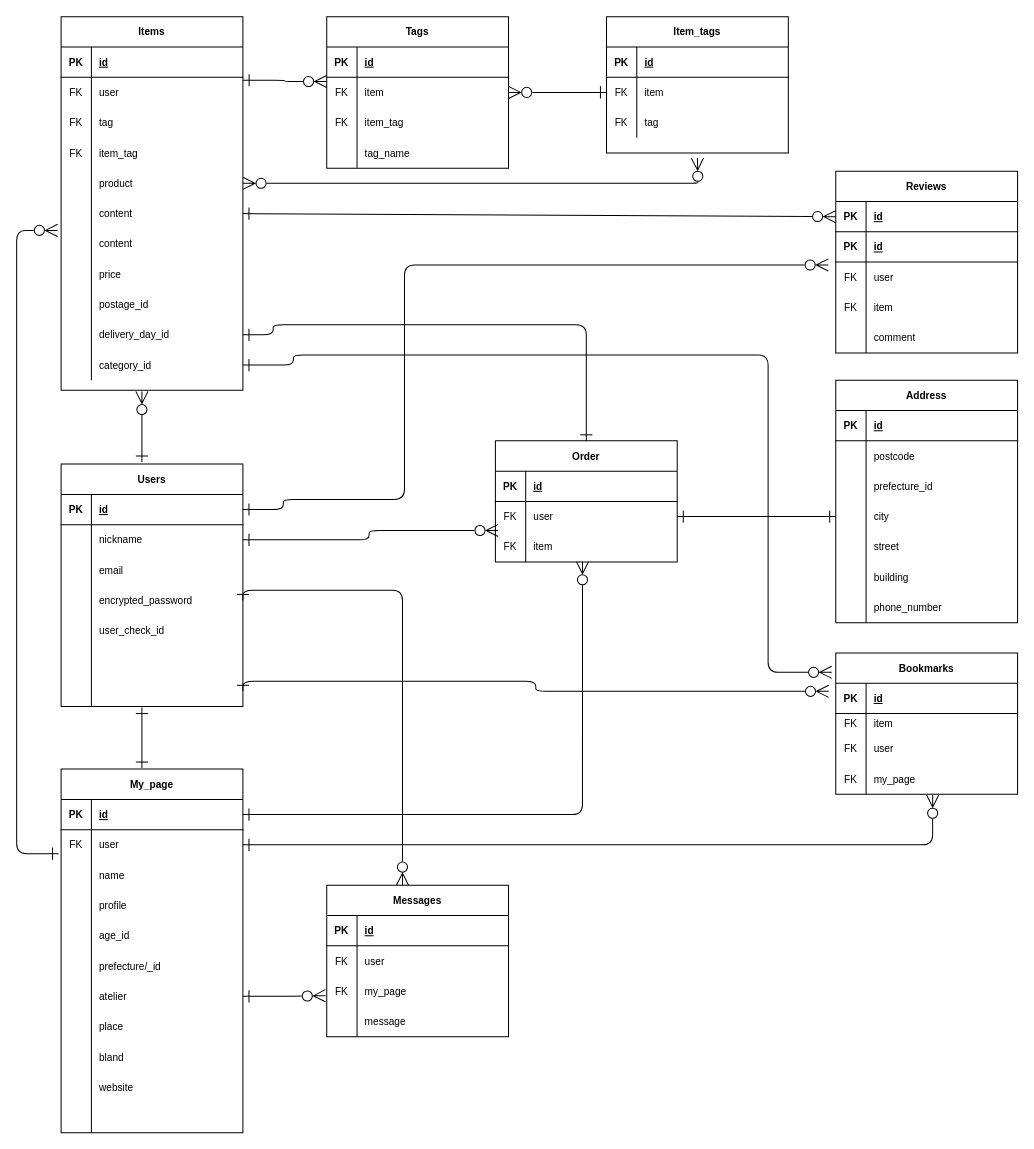
This is er.dio from snocoh/original_app, a draw.io file, before an edit. Source tidied: cells renumbered, new cells numbered last; positions are measured from the earlier drawing's top-left corner, leaving out a move shared by most shapes. Both pictures are drawn from the tidied source at 101%, with x=0, y=0 at pixel (16, 16).
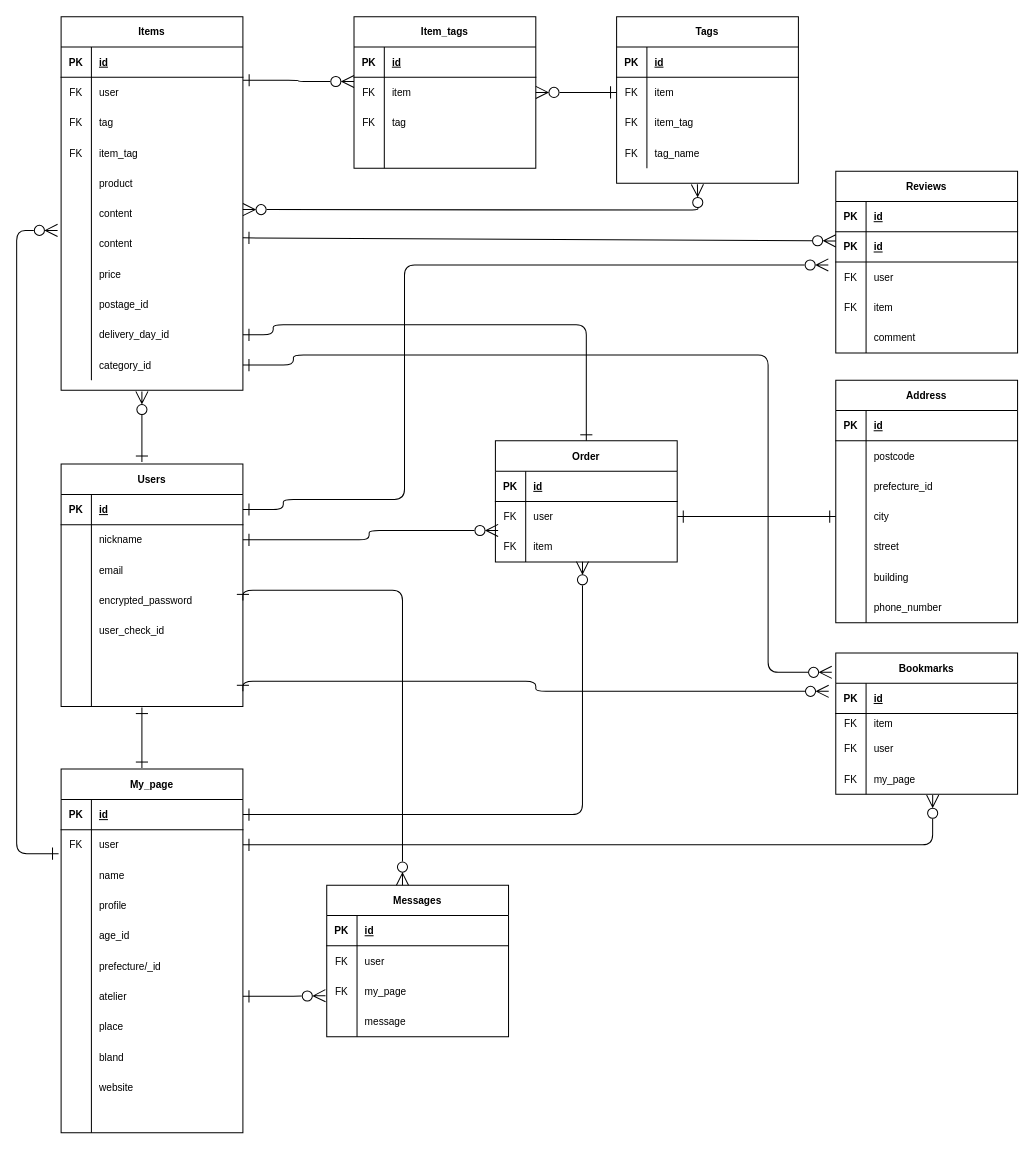
The same diagram, later.

Unchanged cells that the change refers to:
```xml
<mxCell id="39" style="shape=tableRow;horizontal=0;startSize=0;swimlaneHead=0;swimlaneBody=0;fillColor=none;points=[[0,0.5],[1,0.5]];portConstraint=eastwest;top=0;left=0;right=0;bottom=0;fontSize=10;" parent="26" vertex="1">
  <mxGeometry y="150" width="180" height="30" as="geometry" />
</mxCell>
<mxCell id="42" style="shape=tableRow;horizontal=0;startSize=0;swimlaneHead=0;swimlaneBody=0;fillColor=none;points=[[0,0.5],[1,0.5]];portConstraint=eastwest;top=0;left=0;right=0;bottom=0;fontSize=10;" parent="26" vertex="1">
  <mxGeometry y="180" width="180" height="30" as="geometry" />
</mxCell>
<mxCell id="64" style="shape=tableRow;horizontal=0;startSize=0;swimlaneHead=0;swimlaneBody=0;fillColor=none;points=[[0,0.5],[1,0.5]];portConstraint=eastwest;top=0;left=0;right=0;bottom=0;fontSize=10;" parent="60" vertex="1">
  <mxGeometry y="60" width="180" height="30" as="geometry" />
</mxCell>
<mxCell id="67" style="shape=tableRow;horizontal=0;startSize=0;swimlaneHead=0;swimlaneBody=0;fillColor=none;top=0;left=0;right=0;bottom=0;fontSize=10;" parent="60" vertex="1">
  <mxGeometry y="90" width="180" height="30" as="geometry" />
</mxCell>
<mxCell id="74" style="shape=tableRow;horizontal=0;startSize=0;swimlaneHead=0;swimlaneBody=0;fillColor=none;points=[[0,0.5],[1,0.5]];portConstraint=eastwest;top=0;left=0;right=0;bottom=0;fontSize=10;" parent="70" vertex="1">
  <mxGeometry y="60" width="180" height="30" as="geometry" />
</mxCell>
<mxCell id="77" style="shape=tableRow;horizontal=0;startSize=0;swimlaneHead=0;swimlaneBody=0;fillColor=none;top=0;left=0;right=0;bottom=0;fontSize=10;" parent="70" vertex="1">
  <mxGeometry y="90" width="180" height="30" as="geometry" />
</mxCell>
<mxCell id="80" style="shape=tableRow;horizontal=0;startSize=0;swimlaneHead=0;swimlaneBody=0;fillColor=none;top=0;left=0;right=0;bottom=0;fontSize=10;" parent="70" vertex="1">
  <mxGeometry y="120" width="180" height="30" as="geometry" />
</mxCell>
<mxCell id="129" style="shape=tableRow;horizontal=0;startSize=0;swimlaneHead=0;swimlaneBody=0;fillColor=none;points=[[0,0.5],[1,0.5]];portConstraint=eastwest;top=0;left=0;right=0;bottom=1;fontSize=10;" parent="128" vertex="1">
  <mxGeometry y="30" width="180" height="30" as="geometry" />
</mxCell>
```

What changed in the source:
```diff
@@
-    <mxCell id="60" value="Item_tags" style="shape=table;startSize=30;childLayout=tableLayout;rowLines=0;fontStyle=1;align=center;fontSize=10;" parent="1" vertex="1">
-      <mxGeometry x="584" width="180" height="135" as="geometry" />
+    <mxCell id="60" value="Tags" style="shape=table;startSize=30;childLayout=tableLayout;rowLines=0;fontStyle=1;align=center;fontSize=10;" parent="1" vertex="1">
+      <mxGeometry x="594" width="180" height="165" as="geometry" />
     </mxCell>
@@
-    <mxCell id="69" value="tag" style="shape=partialRectangle;fillColor=none;top=0;left=0;bottom=0;right=0;align=left;spacingLeft=6;overflow=hidden;fontSize=10;" parent="67" vertex="1">
+    <mxCell id="69" value="item_tag" style="shape=partialRectangle;fillColor=none;top=0;left=0;bottom=0;right=0;align=left;spacingLeft=6;overflow=hidden;fontSize=10;" parent="67" vertex="1">
       <mxGeometry x="30" width="150" height="30" as="geometry" />
     </mxCell>
+    <mxCell id="208" style="shape=tableRow;horizontal=0;startSize=0;swimlaneHead=0;swimlaneBody=0;fillColor=none;top=0;left=0;right=0;bottom=0;fontSize=10;" parent="60" vertex="1">
+      <mxGeometry y="120" width="180" height="30" as="geometry" />
+    </mxCell>
+    <mxCell id="209" value="FK" style="shape=partialRectangle;fillColor=none;top=0;left=0;bottom=0;right=0;overflow=hidden;fontSize=10;" parent="208" vertex="1">
+      <mxGeometry width="30" height="30" as="geometry" />
+    </mxCell>
+    <mxCell id="210" value="tag_name" style="shape=partialRectangle;fillColor=none;top=0;left=0;bottom=0;right=0;align=left;spacingLeft=6;overflow=hidden;fontSize=10;" parent="208" vertex="1">
+      <mxGeometry x="30" width="150" height="30" as="geometry" />
+    </mxCell>
-    <mxCell id="70" value="Tags" style="shape=table;startSize=30;childLayout=tableLayout;rowLines=0;fontStyle=1;align=center;fontSize=10;" parent="1" vertex="1">
-      <mxGeometry x="307" width="180" height="150" as="geometry" />
+    <mxCell id="70" value="Item_tags" style="shape=table;startSize=30;childLayout=tableLayout;rowLines=0;fontStyle=1;align=center;fontSize=10;" parent="1" vertex="1">
+      <mxGeometry x="334" width="180" height="150" as="geometry" />
     </mxCell>
@@
-    <mxCell id="79" value="item_tag" style="shape=partialRectangle;fillColor=none;top=0;left=0;bottom=0;right=0;align=left;spacingLeft=6;overflow=hidden;fontSize=10;" parent="77" vertex="1">
+    <mxCell id="79" value="tag" style="shape=partialRectangle;fillColor=none;top=0;left=0;bottom=0;right=0;align=left;spacingLeft=6;overflow=hidden;fontSize=10;" parent="77" vertex="1">
       <mxGeometry x="30" width="150" height="30" as="geometry" />
     </mxCell>
@@
-    <mxCell id="82" value="tag_name" style="shape=partialRectangle;fillColor=none;top=0;left=0;bottom=0;right=0;align=left;spacingLeft=6;overflow=hidden;fontSize=10;" parent="80" vertex="1">
+    <mxCell id="82" style="shape=partialRectangle;fillColor=none;top=0;left=0;bottom=0;right=0;align=left;spacingLeft=6;overflow=hidden;fontSize=10;" parent="80" vertex="1">
       <mxGeometry x="30" width="150" height="30" as="geometry" />
     </mxCell>
@@
-    <mxCell id="195" style="edgeStyle=orthogonalEdgeStyle;html=1;exitX=1;exitY=0.5;exitDx=0;exitDy=0;entryX=0;entryY=0.5;entryDx=0;entryDy=0;fontSize=10;startArrow=ERzeroToMany;startFill=0;endArrow=ERone;endFill=0;endSize=10;startSize=10;" parent="1" edge="1" source="74" target="64">
-      <mxGeometry relative="1" as="geometry" />
-    </mxCell>
-    <mxCell id="196" style="edgeStyle=orthogonalEdgeStyle;html=1;exitX=1;exitY=0.5;exitDx=0;exitDy=0;fontSize=10;startArrow=ERzeroToMany;startFill=0;endArrow=ERzeroToMany;endFill=0;endSize=10;startSize=10;" parent="1" edge="1" source="39">
+    <mxCell id="196" style="edgeStyle=orthogonalEdgeStyle;html=1;exitX=1;exitY=0.5;exitDx=0;exitDy=0;fontSize=10;startArrow=ERzeroToMany;startFill=0;endArrow=ERzeroToMany;endFill=0;endSize=10;startSize=10;" parent="1" edge="1">
       <mxGeometry relative="1" as="geometry">
-        <mxPoint x="674" y="140" as="targetPoint" />
+        <mxPoint x="224" y="191" as="sourcePoint" />
+        <mxPoint x="674" y="166" as="targetPoint" />
       </mxGeometry>
     </mxCell>
@@
-    <mxCell id="207" style="edgeStyle=none;html=1;exitX=1;exitY=0.5;exitDx=0;exitDy=0;entryX=0;entryY=0.5;entryDx=0;entryDy=0;startArrow=ERone;startFill=0;endArrow=ERzeroToMany;endFill=0;endSize=10;startSize=10;" parent="1" edge="1" source="42" target="129">
-      <mxGeometry relative="1" as="geometry" />
+    <mxCell id="207" style="edgeStyle=none;html=1;exitX=1;exitY=0.5;exitDx=0;exitDy=0;entryX=0;entryY=0.5;entryDx=0;entryDy=0;startArrow=ERone;startFill=0;endArrow=ERzeroToMany;endFill=0;endSize=10;startSize=10;" parent="1" edge="1">
+      <mxGeometry relative="1" as="geometry">
+        <mxPoint x="224" y="219" as="sourcePoint" />
+        <mxPoint x="811" y="222" as="targetPoint" />
+      </mxGeometry>
     </mxCell>
+    <mxCell id="195" style="edgeStyle=orthogonalEdgeStyle;html=1;exitX=1;exitY=0.5;exitDx=0;exitDy=0;entryX=0;entryY=0.5;entryDx=0;entryDy=0;startArrow=ERzeroToMany;startFill=0;endArrow=ERone;endFill=0;endSize=10;startSize=10;" parent="1" edge="1" source="74" target="64">
+      <mxGeometry relative="1" as="geometry" />
+    </mxCell>
```
